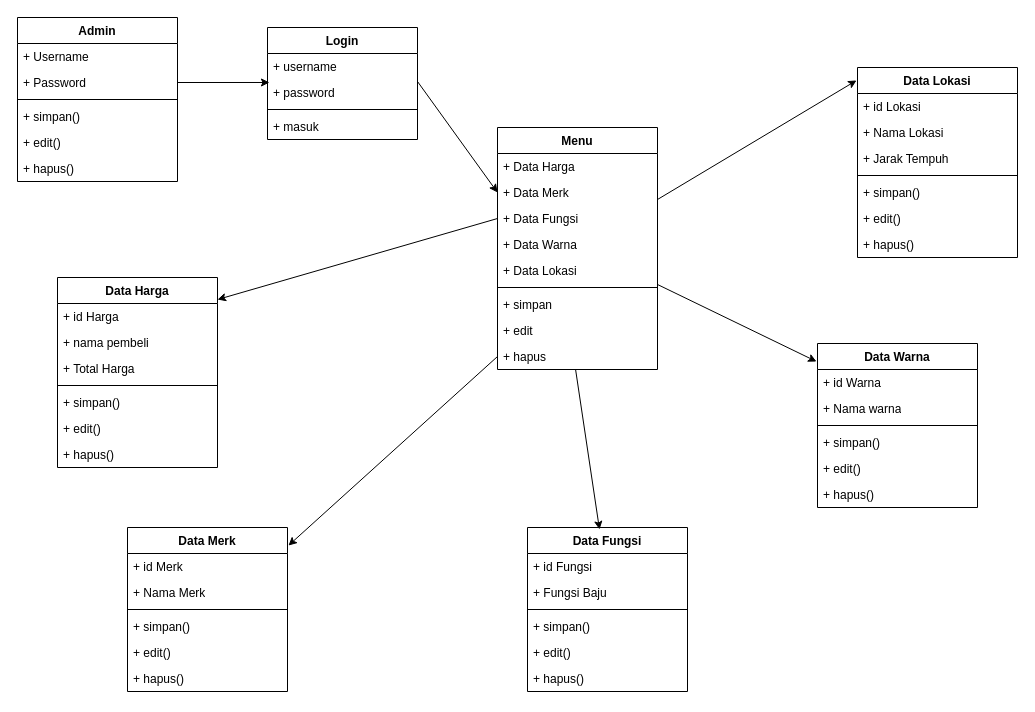
Earlier version of the draw.io diagram page "Halaman-3" (3 of 3) of Diagram Tanpa Judul.drawio (muhammadfarhanfadlil/pw2020_43121334). Source tidied: cells renumbered, new cells numbered last; positions are measured from the earlier drawing's top-left corner, leaving out a move shared by most shapes. Both pictures are drawn from the tidied source at 100%, with x=0, y=0 at pixel (17, 17).
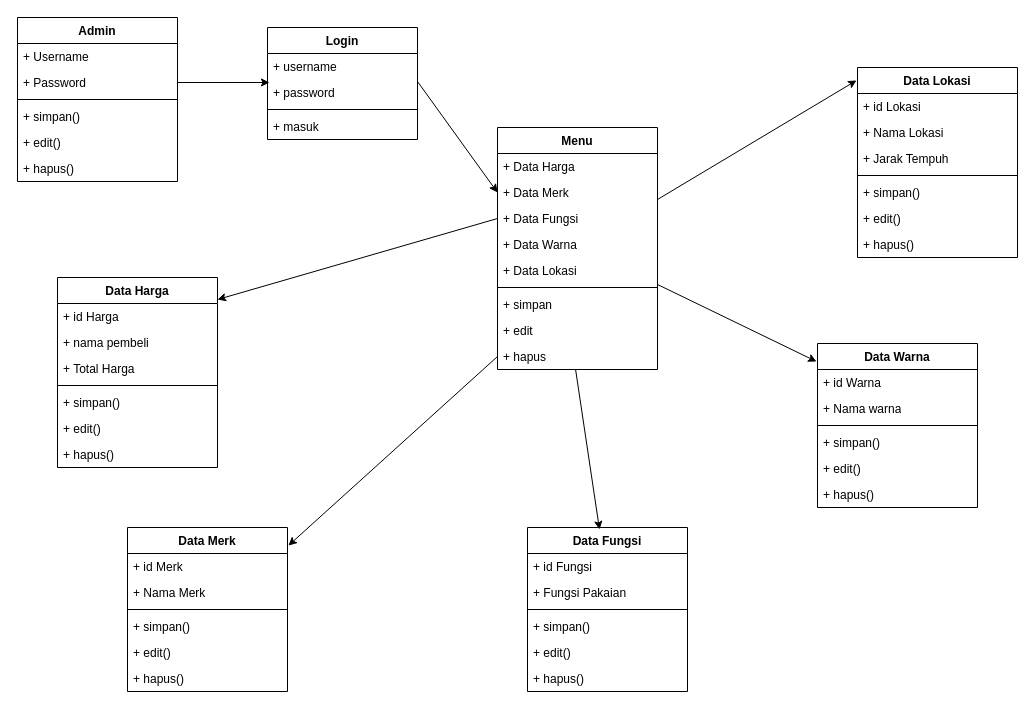
The same diagram, later.

The change refers to these unchanged cells:
```xml
<mxCell id="52" value="Data Fungsi" style="swimlane;fontStyle=1;align=center;verticalAlign=top;horizontal=1;startSize=26;whiteSpace=wrap;html=1;" parent="1" vertex="1">
  <mxGeometry x="510" y="510" width="160" height="164" as="geometry" />
</mxCell>
```

What changed in the source:
```diff
@@
-    <mxCell id="54" value="+ Fungsi Baju" style="text;strokeColor=none;fillColor=none;align=left;verticalAlign=top;spacingLeft=4;spacingRight=4;overflow=hidden;whiteSpace=wrap;html=1;" parent="52" vertex="1">
+    <mxCell id="54" value="+ Fungsi Pakaian" style="text;strokeColor=none;fillColor=none;align=left;verticalAlign=top;spacingLeft=4;spacingRight=4;overflow=hidden;whiteSpace=wrap;html=1;" parent="52" vertex="1">
       <mxGeometry y="52" width="160" height="26" as="geometry" />
     </mxCell>
```
